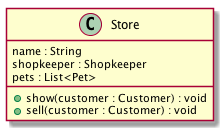
Earlier version of the PlantUML export assets/images/uml/ex-mypet/store-class.png (lyhcode/oosad).
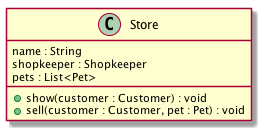
The same diagram one commit later.

Change to the diagram source:
```diff
@@ -5,6 +5,6 @@
     pets : List<Pet>
 
     + show(customer : Customer) : void
-    + sell(customer : Customer) : void
+    + sell(customer : Customer, pet : Pet) : void
 }
 @enduml
```
